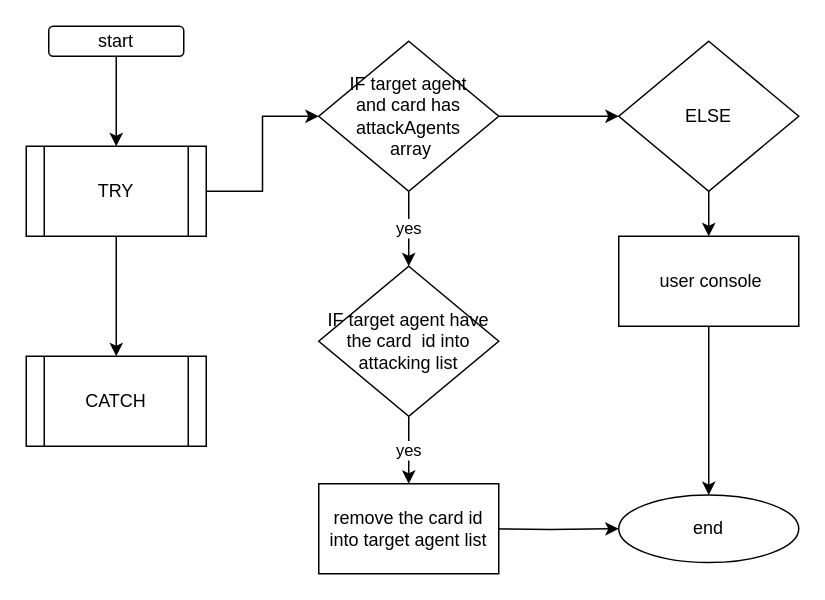
sivagit/diagrams keeps this draw.io diagram as npc/removeAttackingAgentId.drawio. Above is the earlier version. Source tidied: cells renumbered, new cells numbered last; positions are measured from the earlier drawing's top-left corner, leaving out a move shared by most shapes. Both pictures are drawn from the tidied source at 150%, with x=0, y=0 at pixel (26, 26).
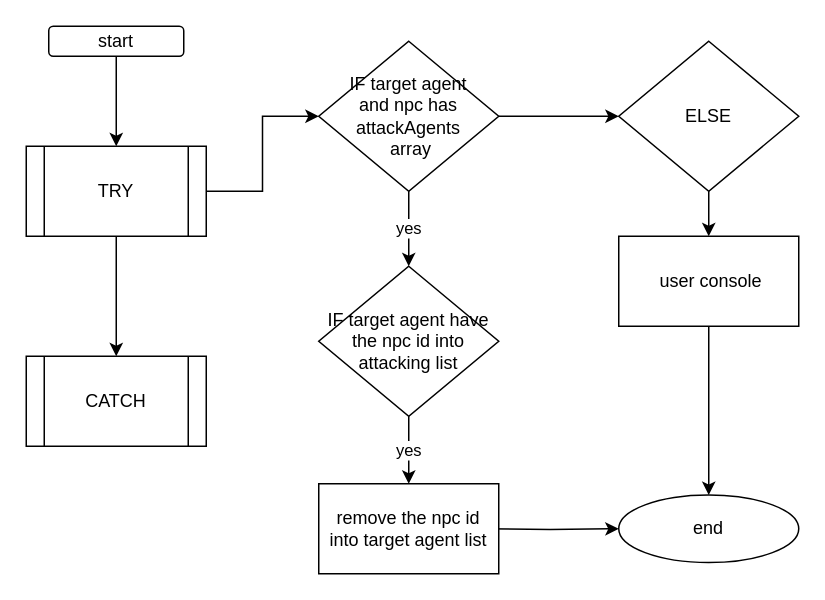
Above is the later version.

What changed in the source:
```diff
@@
-    <mxCell id="10" value="IF target agent &lt;br&gt;and card has attackAgents&lt;br&gt;&amp;nbsp;array" style="rhombus;whiteSpace=wrap;html=1;" parent="1" vertex="1">
+    <mxCell id="10" value="IF target agent &lt;br&gt;and npc has attackAgents&lt;br&gt;&amp;nbsp;array" style="rhombus;whiteSpace=wrap;html=1;" parent="1" vertex="1">
       <mxGeometry x="195" y="10" width="120" height="100" as="geometry" />
     </mxCell>
@@
-    <mxCell id="12" value="IF target agent have the card&amp;nbsp; id into attacking list" style="rhombus;whiteSpace=wrap;html=1;" parent="1" vertex="1">
+    <mxCell id="12" value="IF target agent have the npc id into attacking list" style="rhombus;whiteSpace=wrap;html=1;" parent="1" vertex="1">
       <mxGeometry x="195" y="160" width="120" height="100" as="geometry" />
     </mxCell>
@@
-    <mxCell id="19" value="remove the card id into target agent list" style="rounded=0;whiteSpace=wrap;html=1;" parent="1" vertex="1">
+    <mxCell id="19" value="remove the npc id into target agent list" style="rounded=0;whiteSpace=wrap;html=1;" parent="1" vertex="1">
       <mxGeometry x="195" y="305" width="120" height="60" as="geometry" />
     </mxCell>
```
